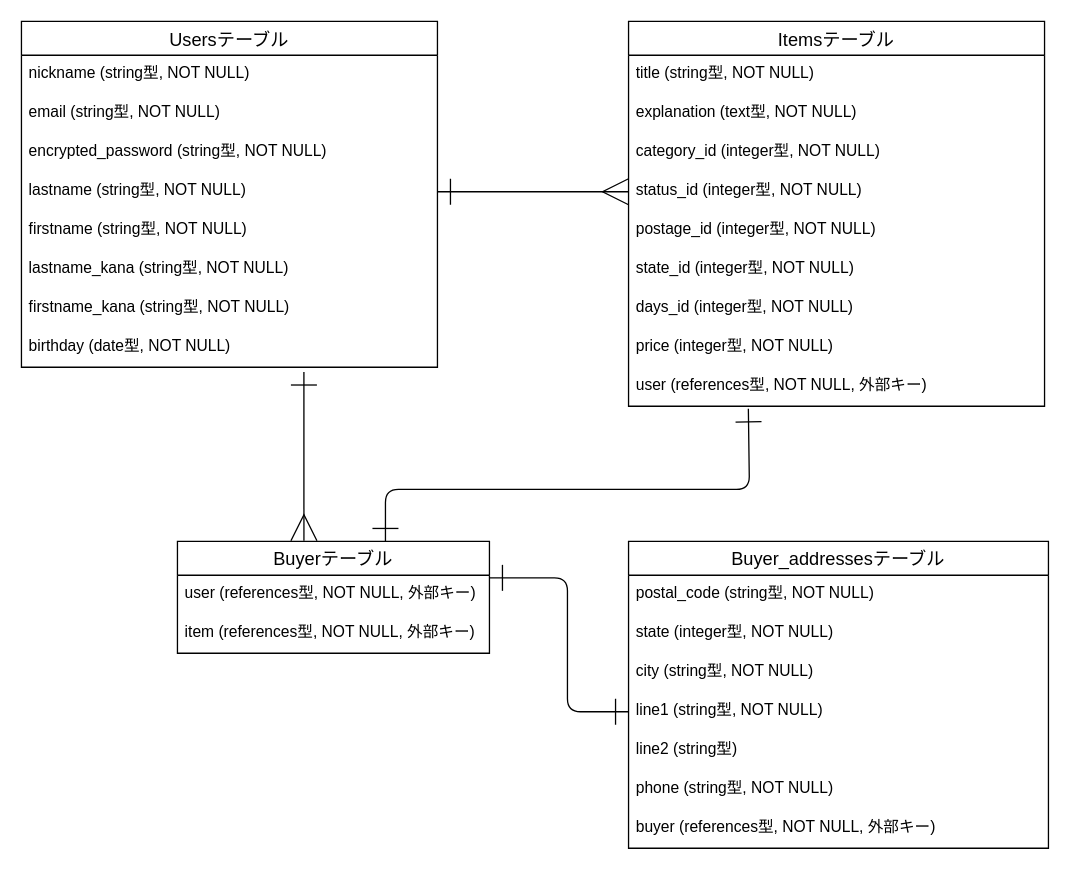
Before: test.dio in morishitami/furima-37175, a draw.io diagram. Source tidied: cells renumbered, new cells numbered last; positions are measured from the earlier drawing's top-left corner, leaving out a move shared by most shapes. Both pictures are drawn from the tidied source at 130%, with x=0, y=0 at pixel (21, 21).
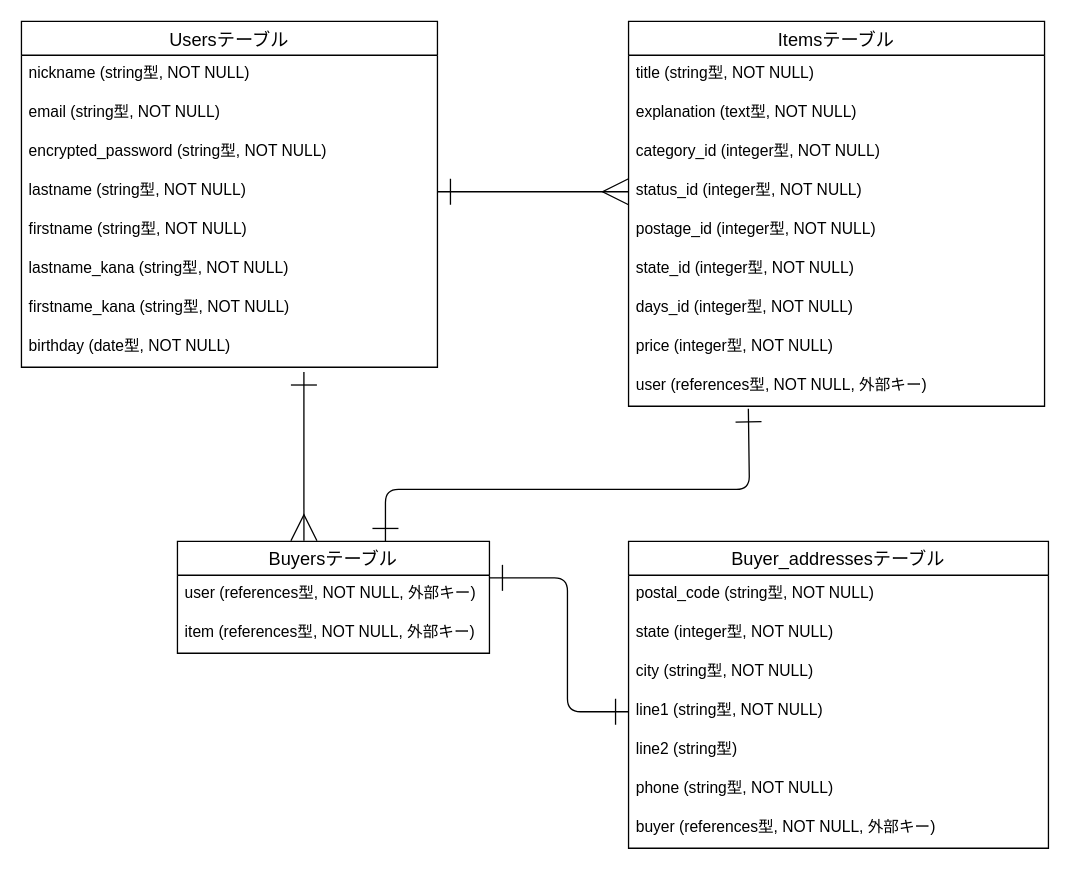
The same diagram, later.

Commit message (it also covers changes not shown here):
buyer→buyersに修正

What changed in the source:
```diff
@@
-    <mxCell id="33" value="Buyerテーブル" style="swimlane;fontStyle=0;horizontal=1;startSize=26;align=center;fontSize=14;" parent="1" vertex="1">
+    <mxCell id="33" value="Buyersテーブル" style="swimlane;fontStyle=0;horizontal=1;startSize=26;align=center;fontSize=14;" parent="1" vertex="1">
       <mxGeometry x="120" y="400" width="240" height="86" as="geometry" />
     </mxCell>
```
